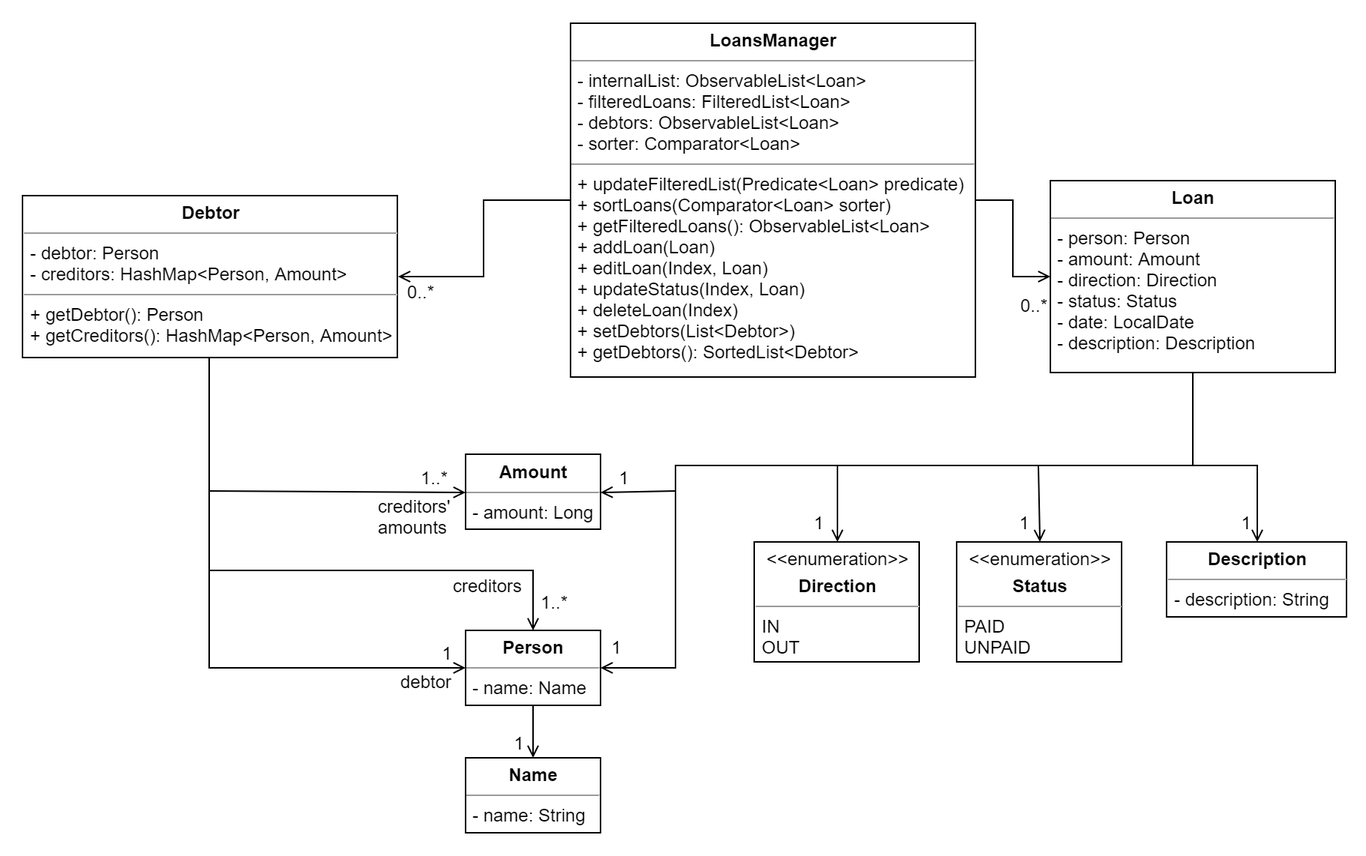
Before: docs/images/LoanClassDiagram.png, a diagram exported from draw.io (nus-cs2103-AY1920S1/addressbook-level3). Source tidied: cells renumbered, new cells last; positions are measured from the earlier drawing's top-left corner, leaving out a move shared by most shapes.
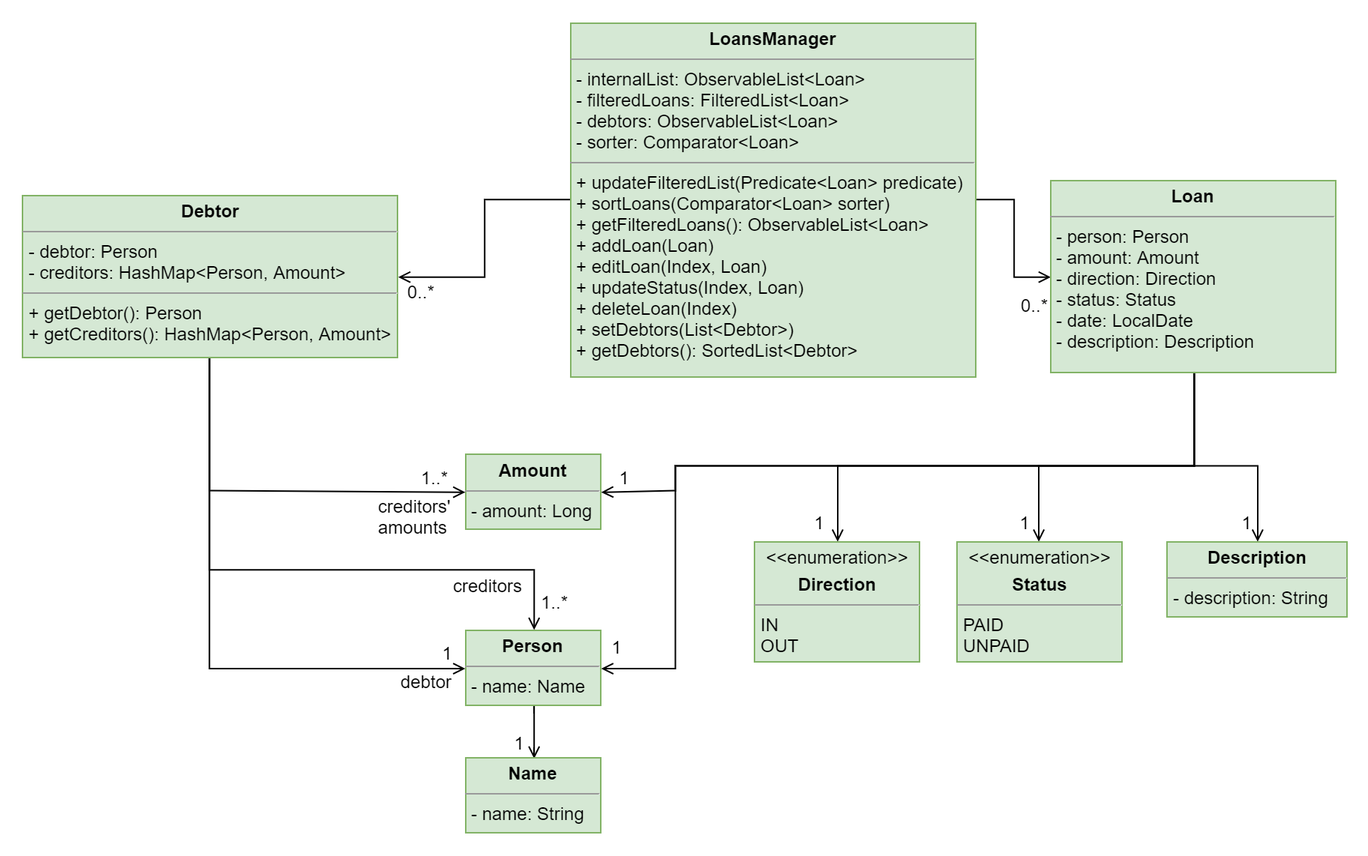
The same diagram one commit later.

Commit message:
Change color of loan class diagram to green

What changed in the source:
```diff
@@ -11,7 +11,7 @@
     <mxCell id="4" style="edgeStyle=orthogonalEdgeStyle;rounded=0;jettySize=auto;html=1;entryX=1;entryY=0.5;entryDx=0;entryDy=0;startArrow=none;startFill=0;endArrow=open;endFill=0;" parent="1" edge="1" source="5" target="27">
       <mxGeometry relative="1" as="geometry" />
     </mxCell>
-    <mxCell id="5" value="&lt;p style=&quot;margin: 0px ; margin-top: 4px ; text-align: center&quot;&gt;&lt;b&gt;LoansManager&lt;/b&gt;&lt;br&gt;&lt;/p&gt;&lt;hr size=&quot;1&quot;&gt;&lt;p style=&quot;margin: 0px ; margin-left: 4px&quot;&gt;- internalList: ObservableList&amp;lt;Loan&amp;gt;&lt;/p&gt;&lt;p style=&quot;margin: 0px ; margin-left: 4px&quot;&gt;- filteredLoans: FilteredList&amp;lt;Loan&amp;gt;&lt;br&gt;&lt;/p&gt;&lt;p style=&quot;margin: 0px ; margin-left: 4px&quot;&gt;- debtors: ObservableList&amp;lt;Loan&amp;gt;&lt;/p&gt;&lt;p style=&quot;margin: 0px ; margin-left: 4px&quot;&gt;- sorter: Comparator&amp;lt;Loan&amp;gt;&lt;/p&gt;&lt;hr size=&quot;1&quot;&gt;&lt;p style=&quot;margin: 0px ; margin-left: 4px&quot;&gt;+ updateFilteredList(Predicate&amp;lt;Loan&amp;gt; predicate)&lt;/p&gt;&lt;p style=&quot;margin: 0px ; margin-left: 4px&quot;&gt;+ sortLoans(Comparator&amp;lt;Loan&amp;gt; sorter)&lt;/p&gt;&lt;p style=&quot;margin: 0px ; margin-left: 4px&quot;&gt;&lt;span&gt;+ getFilteredLoans(): ObservableList&amp;lt;Loan&amp;gt;&lt;/span&gt;&lt;/p&gt;&lt;p style=&quot;margin: 0px ; margin-left: 4px&quot;&gt;+ addLoan(Loan)&lt;/p&gt;&lt;p style=&quot;margin: 0px ; margin-left: 4px&quot;&gt;+ editLoan(Index, Loan)&lt;/p&gt;&lt;p style=&quot;margin: 0px ; margin-left: 4px&quot;&gt;+ updateStatus(Index, Loan)&lt;/p&gt;&lt;p style=&quot;margin: 0px ; margin-left: 4px&quot;&gt;+ deleteLoan(Index)&lt;/p&gt;&lt;p style=&quot;margin: 0px ; margin-left: 4px&quot;&gt;+ setDebtors(List&amp;lt;Debtor&amp;gt;)&lt;/p&gt;&lt;p style=&quot;margin: 0px ; margin-left: 4px&quot;&gt;+ getDebtors(): SortedList&amp;lt;Debtor&amp;gt;&lt;/p&gt;" style="verticalAlign=top;align=left;overflow=fill;fontSize=12;fontFamily=Helvetica;html=1;rounded=0;shadow=0;comic=0;labelBackgroundColor=none;strokeColor=#000000;strokeWidth=1;fillColor=#ffffff;" parent="1" vertex="1">
+    <mxCell id="5" value="&lt;p style=&quot;margin: 0px ; margin-top: 4px ; text-align: center&quot;&gt;&lt;b&gt;LoansManager&lt;/b&gt;&lt;br&gt;&lt;/p&gt;&lt;hr size=&quot;1&quot;&gt;&lt;p style=&quot;margin: 0px ; margin-left: 4px&quot;&gt;- internalList: ObservableList&amp;lt;Loan&amp;gt;&lt;/p&gt;&lt;p style=&quot;margin: 0px ; margin-left: 4px&quot;&gt;- filteredLoans: FilteredList&amp;lt;Loan&amp;gt;&lt;br&gt;&lt;/p&gt;&lt;p style=&quot;margin: 0px ; margin-left: 4px&quot;&gt;- debtors: ObservableList&amp;lt;Loan&amp;gt;&lt;/p&gt;&lt;p style=&quot;margin: 0px ; margin-left: 4px&quot;&gt;- sorter: Comparator&amp;lt;Loan&amp;gt;&lt;/p&gt;&lt;hr size=&quot;1&quot;&gt;&lt;p style=&quot;margin: 0px ; margin-left: 4px&quot;&gt;+ updateFilteredList(Predicate&amp;lt;Loan&amp;gt; predicate)&lt;/p&gt;&lt;p style=&quot;margin: 0px ; margin-left: 4px&quot;&gt;+ sortLoans(Comparator&amp;lt;Loan&amp;gt; sorter)&lt;/p&gt;&lt;p style=&quot;margin: 0px ; margin-left: 4px&quot;&gt;&lt;span&gt;+ getFilteredLoans(): ObservableList&amp;lt;Loan&amp;gt;&lt;/span&gt;&lt;/p&gt;&lt;p style=&quot;margin: 0px ; margin-left: 4px&quot;&gt;+ addLoan(Loan)&lt;/p&gt;&lt;p style=&quot;margin: 0px ; margin-left: 4px&quot;&gt;+ editLoan(Index, Loan)&lt;/p&gt;&lt;p style=&quot;margin: 0px ; margin-left: 4px&quot;&gt;+ updateStatus(Index, Loan)&lt;/p&gt;&lt;p style=&quot;margin: 0px ; margin-left: 4px&quot;&gt;+ deleteLoan(Index)&lt;/p&gt;&lt;p style=&quot;margin: 0px ; margin-left: 4px&quot;&gt;+ setDebtors(List&amp;lt;Debtor&amp;gt;)&lt;/p&gt;&lt;p style=&quot;margin: 0px ; margin-left: 4px&quot;&gt;+ getDebtors(): SortedList&amp;lt;Debtor&amp;gt;&lt;/p&gt;" style="verticalAlign=top;align=left;overflow=fill;fontSize=12;fontFamily=Helvetica;html=1;rounded=0;shadow=0;comic=0;labelBackgroundColor=none;strokeColor=#82b366;strokeWidth=1;fillColor=#d5e8d4;" parent="1" vertex="1">
       <mxGeometry x="380" y="15" width="270" height="236" as="geometry" />
     </mxCell>
     <mxCell id="6" style="edgeStyle=orthogonalEdgeStyle;rounded=0;jettySize=auto;html=1;entryX=0.5;entryY=0;entryDx=0;entryDy=0;startArrow=none;startFill=0;endArrow=open;endFill=0;" parent="1" edge="1" source="11" target="16">
@@ -56,28 +56,28 @@
         </Array>
       </mxGeometry>
     </mxCell>
-    <mxCell id="11" value="&lt;p style=&quot;margin: 0px ; margin-top: 4px ; text-align: center&quot;&gt;&lt;b&gt;Loan&lt;/b&gt;&lt;br&gt;&lt;/p&gt;&lt;hr size=&quot;1&quot;&gt;&lt;p style=&quot;margin: 0px ; margin-left: 4px&quot;&gt;- person: Person&lt;/p&gt;&lt;p style=&quot;margin: 0px ; margin-left: 4px&quot;&gt;- amount: Amount&lt;/p&gt;&lt;p style=&quot;margin: 0px ; margin-left: 4px&quot;&gt;- direction: Direction&lt;/p&gt;&lt;p style=&quot;margin: 0px ; margin-left: 4px&quot;&gt;- status: Status&lt;/p&gt;&lt;p style=&quot;margin: 0px ; margin-left: 4px&quot;&gt;- date: LocalDate&lt;/p&gt;&lt;p style=&quot;margin: 0px ; margin-left: 4px&quot;&gt;- description: Description&lt;/p&gt;" style="verticalAlign=top;align=left;overflow=fill;fontSize=12;fontFamily=Helvetica;html=1;rounded=0;shadow=0;comic=0;labelBackgroundColor=none;strokeColor=#000000;strokeWidth=1;fillColor=#ffffff;" parent="1" vertex="1">
+    <mxCell id="11" value="&lt;p style=&quot;margin: 0px ; margin-top: 4px ; text-align: center&quot;&gt;&lt;b&gt;Loan&lt;/b&gt;&lt;br&gt;&lt;/p&gt;&lt;hr size=&quot;1&quot;&gt;&lt;p style=&quot;margin: 0px ; margin-left: 4px&quot;&gt;- person: Person&lt;/p&gt;&lt;p style=&quot;margin: 0px ; margin-left: 4px&quot;&gt;- amount: Amount&lt;/p&gt;&lt;p style=&quot;margin: 0px ; margin-left: 4px&quot;&gt;- direction: Direction&lt;/p&gt;&lt;p style=&quot;margin: 0px ; margin-left: 4px&quot;&gt;- status: Status&lt;/p&gt;&lt;p style=&quot;margin: 0px ; margin-left: 4px&quot;&gt;- date: LocalDate&lt;/p&gt;&lt;p style=&quot;margin: 0px ; margin-left: 4px&quot;&gt;- description: Description&lt;/p&gt;" style="verticalAlign=top;align=left;overflow=fill;fontSize=12;fontFamily=Helvetica;html=1;rounded=0;shadow=0;comic=0;labelBackgroundColor=none;strokeColor=#82b366;strokeWidth=1;fillColor=#d5e8d4;" parent="1" vertex="1">
       <mxGeometry x="700" y="120" width="190" height="128" as="geometry" />
     </mxCell>
     <mxCell id="12" style="edgeStyle=orthogonalEdgeStyle;rounded=0;jettySize=auto;html=1;entryX=0.5;entryY=0;entryDx=0;entryDy=0;endArrow=open;endFill=0;" parent="1" edge="1" source="13" target="14">
       <mxGeometry relative="1" as="geometry" />
     </mxCell>
-    <mxCell id="13" value="&lt;p style=&quot;margin: 0px ; margin-top: 4px ; text-align: center&quot;&gt;&lt;b&gt;Person&lt;/b&gt;&lt;br&gt;&lt;/p&gt;&lt;hr size=&quot;1&quot;&gt;&lt;p style=&quot;margin: 0px ; margin-left: 4px&quot;&gt;- name: Name&lt;/p&gt;" style="verticalAlign=top;align=left;overflow=fill;fontSize=12;fontFamily=Helvetica;html=1;rounded=0;shadow=0;comic=0;labelBackgroundColor=none;strokeColor=#000000;strokeWidth=1;fillColor=#ffffff;" parent="1" vertex="1">
+    <mxCell id="13" value="&lt;p style=&quot;margin: 0px ; margin-top: 4px ; text-align: center&quot;&gt;&lt;b&gt;Person&lt;/b&gt;&lt;br&gt;&lt;/p&gt;&lt;hr size=&quot;1&quot;&gt;&lt;p style=&quot;margin: 0px ; margin-left: 4px&quot;&gt;- name: Name&lt;/p&gt;" style="verticalAlign=top;align=left;overflow=fill;fontSize=12;fontFamily=Helvetica;html=1;rounded=0;shadow=0;comic=0;labelBackgroundColor=none;strokeColor=#82b366;strokeWidth=1;fillColor=#d5e8d4;" parent="1" vertex="1">
       <mxGeometry x="310" y="420" width="90" height="50" as="geometry" />
     </mxCell>
-    <mxCell id="14" value="&lt;p style=&quot;margin: 0px ; margin-top: 4px ; text-align: center&quot;&gt;&lt;b&gt;Name&lt;/b&gt;&lt;br&gt;&lt;/p&gt;&lt;hr size=&quot;1&quot;&gt;&lt;p style=&quot;margin: 0px ; margin-left: 4px&quot;&gt;- name: String&lt;/p&gt;" style="verticalAlign=top;align=left;overflow=fill;fontSize=12;fontFamily=Helvetica;html=1;rounded=0;shadow=0;comic=0;labelBackgroundColor=none;strokeColor=#000000;strokeWidth=1;fillColor=#ffffff;" parent="1" vertex="1">
+    <mxCell id="14" value="&lt;p style=&quot;margin: 0px ; margin-top: 4px ; text-align: center&quot;&gt;&lt;b&gt;Name&lt;/b&gt;&lt;br&gt;&lt;/p&gt;&lt;hr size=&quot;1&quot;&gt;&lt;p style=&quot;margin: 0px ; margin-left: 4px&quot;&gt;- name: String&lt;/p&gt;" style="verticalAlign=top;align=left;overflow=fill;fontSize=12;fontFamily=Helvetica;html=1;rounded=0;shadow=0;comic=0;labelBackgroundColor=none;strokeColor=#82b366;strokeWidth=1;fillColor=#d5e8d4;" parent="1" vertex="1">
       <mxGeometry x="310" y="505" width="90" height="50" as="geometry" />
     </mxCell>
-    <mxCell id="15" value="&lt;p style=&quot;margin: 0px ; margin-top: 4px ; text-align: center&quot;&gt;&lt;b&gt;Amount&lt;/b&gt;&lt;/p&gt;&lt;hr size=&quot;1&quot;&gt;&lt;p style=&quot;margin: 0px ; margin-left: 4px&quot;&gt;- amount: Long&lt;/p&gt;" style="verticalAlign=top;align=left;overflow=fill;fontSize=12;fontFamily=Helvetica;html=1;rounded=0;shadow=0;comic=0;labelBackgroundColor=none;strokeColor=#000000;strokeWidth=1;fillColor=#ffffff;" parent="1" vertex="1">
+    <mxCell id="15" value="&lt;p style=&quot;margin: 0px ; margin-top: 4px ; text-align: center&quot;&gt;&lt;b&gt;Amount&lt;/b&gt;&lt;/p&gt;&lt;hr size=&quot;1&quot;&gt;&lt;p style=&quot;margin: 0px ; margin-left: 4px&quot;&gt;- amount: Long&lt;/p&gt;" style="verticalAlign=top;align=left;overflow=fill;fontSize=12;fontFamily=Helvetica;html=1;rounded=0;shadow=0;comic=0;labelBackgroundColor=none;strokeColor=#82b366;strokeWidth=1;fillColor=#d5e8d4;" parent="1" vertex="1">
       <mxGeometry x="310" y="302.5" width="90" height="50" as="geometry" />
     </mxCell>
-    <mxCell id="16" value="&lt;p style=&quot;margin: 0px ; margin-top: 4px ; text-align: center&quot;&gt;&amp;lt;&amp;lt;enumeration&amp;gt;&amp;gt;&lt;/p&gt;&lt;p style=&quot;margin: 0px ; margin-top: 4px ; text-align: center&quot;&gt;&lt;b&gt;Direction&lt;/b&gt;&lt;/p&gt;&lt;hr size=&quot;1&quot;&gt;&lt;p style=&quot;margin: 0px ; margin-left: 4px&quot;&gt;IN&lt;/p&gt;&lt;p style=&quot;margin: 0px ; margin-left: 4px&quot;&gt;OUT&lt;/p&gt;" style="verticalAlign=top;align=left;overflow=fill;fontSize=12;fontFamily=Helvetica;html=1;rounded=0;shadow=0;comic=0;labelBackgroundColor=none;strokeColor=#000000;strokeWidth=1;fillColor=#ffffff;" parent="1" vertex="1">
+    <mxCell id="16" value="&lt;p style=&quot;margin: 0px ; margin-top: 4px ; text-align: center&quot;&gt;&amp;lt;&amp;lt;enumeration&amp;gt;&amp;gt;&lt;/p&gt;&lt;p style=&quot;margin: 0px ; margin-top: 4px ; text-align: center&quot;&gt;&lt;b&gt;Direction&lt;/b&gt;&lt;/p&gt;&lt;hr size=&quot;1&quot;&gt;&lt;p style=&quot;margin: 0px ; margin-left: 4px&quot;&gt;IN&lt;/p&gt;&lt;p style=&quot;margin: 0px ; margin-left: 4px&quot;&gt;OUT&lt;/p&gt;" style="verticalAlign=top;align=left;overflow=fill;fontSize=12;fontFamily=Helvetica;html=1;rounded=0;shadow=0;comic=0;labelBackgroundColor=none;strokeColor=#82b366;strokeWidth=1;fillColor=#d5e8d4;" parent="1" vertex="1">
       <mxGeometry x="502.5" y="361" width="110" height="80" as="geometry" />
     </mxCell>
-    <mxCell id="17" value="&lt;p style=&quot;margin: 0px ; margin-top: 4px ; text-align: center&quot;&gt;&lt;b&gt;Description&lt;/b&gt;&lt;br&gt;&lt;/p&gt;&lt;hr size=&quot;1&quot;&gt;&lt;p style=&quot;margin: 0px ; margin-left: 4px&quot;&gt;- description: String&lt;/p&gt;" style="verticalAlign=top;align=left;overflow=fill;fontSize=12;fontFamily=Helvetica;html=1;rounded=0;shadow=0;comic=0;labelBackgroundColor=none;strokeColor=#000000;strokeWidth=1;fillColor=#ffffff;" parent="1" vertex="1">
+    <mxCell id="17" value="&lt;p style=&quot;margin: 0px ; margin-top: 4px ; text-align: center&quot;&gt;&lt;b&gt;Description&lt;/b&gt;&lt;br&gt;&lt;/p&gt;&lt;hr size=&quot;1&quot;&gt;&lt;p style=&quot;margin: 0px ; margin-left: 4px&quot;&gt;- description: String&lt;/p&gt;" style="verticalAlign=top;align=left;overflow=fill;fontSize=12;fontFamily=Helvetica;html=1;rounded=0;shadow=0;comic=0;labelBackgroundColor=none;strokeColor=#82b366;strokeWidth=1;fillColor=#d5e8d4;" parent="1" vertex="1">
       <mxGeometry x="777.5" y="361" width="120" height="50" as="geometry" />
     </mxCell>
-    <mxCell id="18" value="&lt;p style=&quot;margin: 0px ; margin-top: 4px ; text-align: center&quot;&gt;&amp;lt;&amp;lt;enumeration&amp;gt;&amp;gt;&lt;/p&gt;&lt;p style=&quot;margin: 0px ; margin-top: 4px ; text-align: center&quot;&gt;&lt;b&gt;Status&lt;/b&gt;&lt;/p&gt;&lt;hr size=&quot;1&quot;&gt;&lt;p style=&quot;margin: 0px ; margin-left: 4px&quot;&gt;PAID&lt;/p&gt;&lt;p style=&quot;margin: 0px ; margin-left: 4px&quot;&gt;UNPAID&lt;/p&gt;" style="verticalAlign=top;align=left;overflow=fill;fontSize=12;fontFamily=Helvetica;html=1;rounded=0;shadow=0;comic=0;labelBackgroundColor=none;strokeColor=#000000;strokeWidth=1;fillColor=#ffffff;" parent="1" vertex="1">
+    <mxCell id="18" value="&lt;p style=&quot;margin: 0px ; margin-top: 4px ; text-align: center&quot;&gt;&amp;lt;&amp;lt;enumeration&amp;gt;&amp;gt;&lt;/p&gt;&lt;p style=&quot;margin: 0px ; margin-top: 4px ; text-align: center&quot;&gt;&lt;b&gt;Status&lt;/b&gt;&lt;/p&gt;&lt;hr size=&quot;1&quot;&gt;&lt;p style=&quot;margin: 0px ; margin-left: 4px&quot;&gt;PAID&lt;/p&gt;&lt;p style=&quot;margin: 0px ; margin-left: 4px&quot;&gt;UNPAID&lt;/p&gt;" style="verticalAlign=top;align=left;overflow=fill;fontSize=12;fontFamily=Helvetica;html=1;rounded=0;shadow=0;comic=0;labelBackgroundColor=none;strokeColor=#82b366;strokeWidth=1;fillColor=#d5e8d4;" parent="1" vertex="1">
       <mxGeometry x="637.5" y="361" width="110" height="80" as="geometry" />
     </mxCell>
     <mxCell id="19" value="0..*" style="text;html=1;strokeColor=none;fillColor=none;align=center;verticalAlign=middle;whiteSpace=wrap;rounded=0;" parent="1" vertex="1">
@@ -117,7 +117,7 @@
         </Array>
       </mxGeometry>
     </mxCell>
-    <mxCell id="27" value="&lt;p style=&quot;margin: 0px ; margin-top: 4px ; text-align: center&quot;&gt;&lt;b&gt;Debtor&lt;/b&gt;&lt;br&gt;&lt;/p&gt;&lt;hr size=&quot;1&quot;&gt;&lt;p style=&quot;margin: 0px ; margin-left: 4px&quot;&gt;- debtor: Person&lt;/p&gt;&lt;p style=&quot;margin: 0px ; margin-left: 4px&quot;&gt;- creditors: HashMap&amp;lt;Person, Amount&amp;gt;&lt;/p&gt;&lt;hr size=&quot;1&quot;&gt;&lt;p style=&quot;margin: 0px ; margin-left: 4px&quot;&gt;+ getDebtor(): Person&lt;br&gt;&lt;/p&gt;&lt;p style=&quot;margin: 0px ; margin-left: 4px&quot;&gt;+ getCreditors(): HashMap&amp;lt;Person, Amount&amp;gt;&lt;/p&gt;" style="verticalAlign=top;align=left;overflow=fill;fontSize=12;fontFamily=Helvetica;html=1;rounded=0;shadow=0;comic=0;labelBackgroundColor=none;strokeColor=#000000;strokeWidth=1;fillColor=#ffffff;" parent="1" vertex="1">
+    <mxCell id="27" value="&lt;p style=&quot;margin: 0px ; margin-top: 4px ; text-align: center&quot;&gt;&lt;b&gt;Debtor&lt;/b&gt;&lt;br&gt;&lt;/p&gt;&lt;hr size=&quot;1&quot;&gt;&lt;p style=&quot;margin: 0px ; margin-left: 4px&quot;&gt;- debtor: Person&lt;/p&gt;&lt;p style=&quot;margin: 0px ; margin-left: 4px&quot;&gt;- creditors: HashMap&amp;lt;Person, Amount&amp;gt;&lt;/p&gt;&lt;hr size=&quot;1&quot;&gt;&lt;p style=&quot;margin: 0px ; margin-left: 4px&quot;&gt;+ getDebtor(): Person&lt;br&gt;&lt;/p&gt;&lt;p style=&quot;margin: 0px ; margin-left: 4px&quot;&gt;+ getCreditors(): HashMap&amp;lt;Person, Amount&amp;gt;&lt;/p&gt;" style="verticalAlign=top;align=left;overflow=fill;fontSize=12;fontFamily=Helvetica;html=1;rounded=0;shadow=0;comic=0;labelBackgroundColor=none;strokeColor=#82b366;strokeWidth=1;fillColor=#d5e8d4;" parent="1" vertex="1">
       <mxGeometry x="14.5" y="130" width="250" height="108" as="geometry" />
     </mxCell>
     <mxCell id="28" value="1" style="text;html=1;strokeColor=none;fillColor=none;align=center;verticalAlign=middle;whiteSpace=wrap;rounded=0;" parent="1" vertex="1">
```
